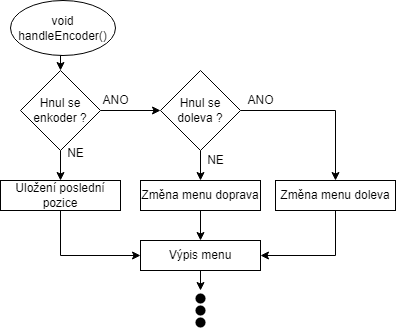
Earlier version of the draw.io export changemenu.png (Polkorabjaroslav/Project_adruinonano_encodermenu). Source tidied: cells renumbered, new cells last; positions are measured from the earlier drawing's top-left corner, leaving out a move shared by most shapes.
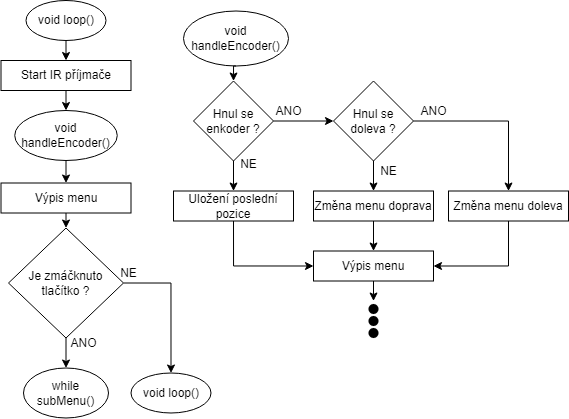
The same diagram one commit later.

The edit, as a diff of the source:
```diff
@@ -75,5 +75,52 @@
     <mxCell id="24" style="ellipse;whiteSpace=wrap;html=1;fillColor=#000000;strokeWidth=0;" parent="1" vertex="1">
       <mxGeometry x="195" y="317" width="10" height="10" as="geometry" />
     </mxCell>
+    <mxCell id="25" style="edgeStyle=orthogonalEdgeStyle;rounded=0;jettySize=auto;html=1;exitX=0.5;exitY=1;exitDx=0;exitDy=0;entryX=0.5;entryY=0;entryDx=0;entryDy=0;" parent="1" edge="1" source="26" target="28">
+      <mxGeometry relative="1" as="geometry" />
+    </mxCell>
+    <mxCell id="26" value="void loop()" style="ellipse;whiteSpace=wrap;html=1;" parent="1" vertex="1">
+      <mxGeometry x="-147.5" y="-10.5" width="80" height="40" as="geometry" />
+    </mxCell>
+    <mxCell id="27" style="edgeStyle=orthogonalEdgeStyle;rounded=0;jettySize=auto;html=1;exitX=0.5;exitY=1;exitDx=0;exitDy=0;entryX=0.5;entryY=0;entryDx=0;entryDy=0;" parent="1" edge="1" source="28">
+      <mxGeometry relative="1" as="geometry">
+        <mxPoint x="-107.5" y="99.5" as="targetPoint" />
+      </mxGeometry>
+    </mxCell>
+    <mxCell id="28" value="Start IR příjmače" style="rounded=0;whiteSpace=wrap;html=1;" parent="1" vertex="1">
+      <mxGeometry x="-172.5" y="49.5" width="130" height="30" as="geometry" />
+    </mxCell>
+    <mxCell id="29" style="edgeStyle=orthogonalEdgeStyle;rounded=0;jettySize=auto;html=1;entryX=0.5;entryY=0;entryDx=0;entryDy=0;exitX=0.5;exitY=1;exitDx=0;exitDy=0;" parent="1" edge="1" source="39" target="38">
+      <mxGeometry relative="1" as="geometry" />
+    </mxCell>
+    <mxCell id="30" value="while subMenu()" style="ellipse;whiteSpace=wrap;html=1;" parent="1" vertex="1">
+      <mxGeometry x="-150" y="357" width="85" height="50" as="geometry" />
+    </mxCell>
+    <mxCell id="31" style="edgeStyle=orthogonalEdgeStyle;rounded=0;jettySize=auto;html=1;exitX=0.5;exitY=1;exitDx=0;exitDy=0;entryX=0.5;entryY=0;entryDx=0;entryDy=0;" parent="1" edge="1" source="33" target="30">
+      <mxGeometry relative="1" as="geometry" />
+    </mxCell>
+    <mxCell id="32" style="edgeStyle=orthogonalEdgeStyle;rounded=0;jettySize=auto;html=1;exitX=1;exitY=0.5;exitDx=0;exitDy=0;entryX=0.5;entryY=0;entryDx=0;entryDy=0;" parent="1" edge="1" source="33" target="36">
+      <mxGeometry relative="1" as="geometry" />
+    </mxCell>
+    <mxCell id="33" value="Je zmáčknuto tlačítko ?" style="rhombus;whiteSpace=wrap;html=1;" parent="1" vertex="1">
+      <mxGeometry x="-165" y="217" width="115" height="110" as="geometry" />
+    </mxCell>
+    <mxCell id="34" value="ANO" style="text;html=1;align=center;verticalAlign=middle;strokeColor=none;fillColor=none;" parent="1" vertex="1">
+      <mxGeometry x="-115" y="317" width="50" height="30" as="geometry" />
+    </mxCell>
+    <mxCell id="35" value="NE" style="text;html=1;align=center;verticalAlign=middle;strokeColor=none;fillColor=none;" parent="1" vertex="1">
+      <mxGeometry x="-65" y="247" width="40" height="30" as="geometry" />
+    </mxCell>
+    <mxCell id="36" value="void loop()" style="ellipse;whiteSpace=wrap;html=1;" parent="1" vertex="1">
+      <mxGeometry x="-42.5" y="362" width="80" height="40" as="geometry" />
+    </mxCell>
+    <mxCell id="37" style="edgeStyle=orthogonalEdgeStyle;rounded=0;jettySize=auto;html=1;exitX=0.5;exitY=1;exitDx=0;exitDy=0;entryX=0.5;entryY=0;entryDx=0;entryDy=0;" parent="1" edge="1" source="38" target="33">
+      <mxGeometry relative="1" as="geometry" />
+    </mxCell>
+    <mxCell id="38" value="Výpis menu" style="rounded=0;whiteSpace=wrap;html=1;" parent="1" vertex="1">
+      <mxGeometry x="-172.5" y="172" width="130" height="30" as="geometry" />
+    </mxCell>
+    <mxCell id="39" value="void handleEncoder()" style="ellipse;whiteSpace=wrap;html=1;" parent="1" vertex="1">
+      <mxGeometry x="-158.8" y="99.5" width="102.5" height="50" as="geometry" />
+    </mxCell>
   </root>
 </mxGraphModel>
```
